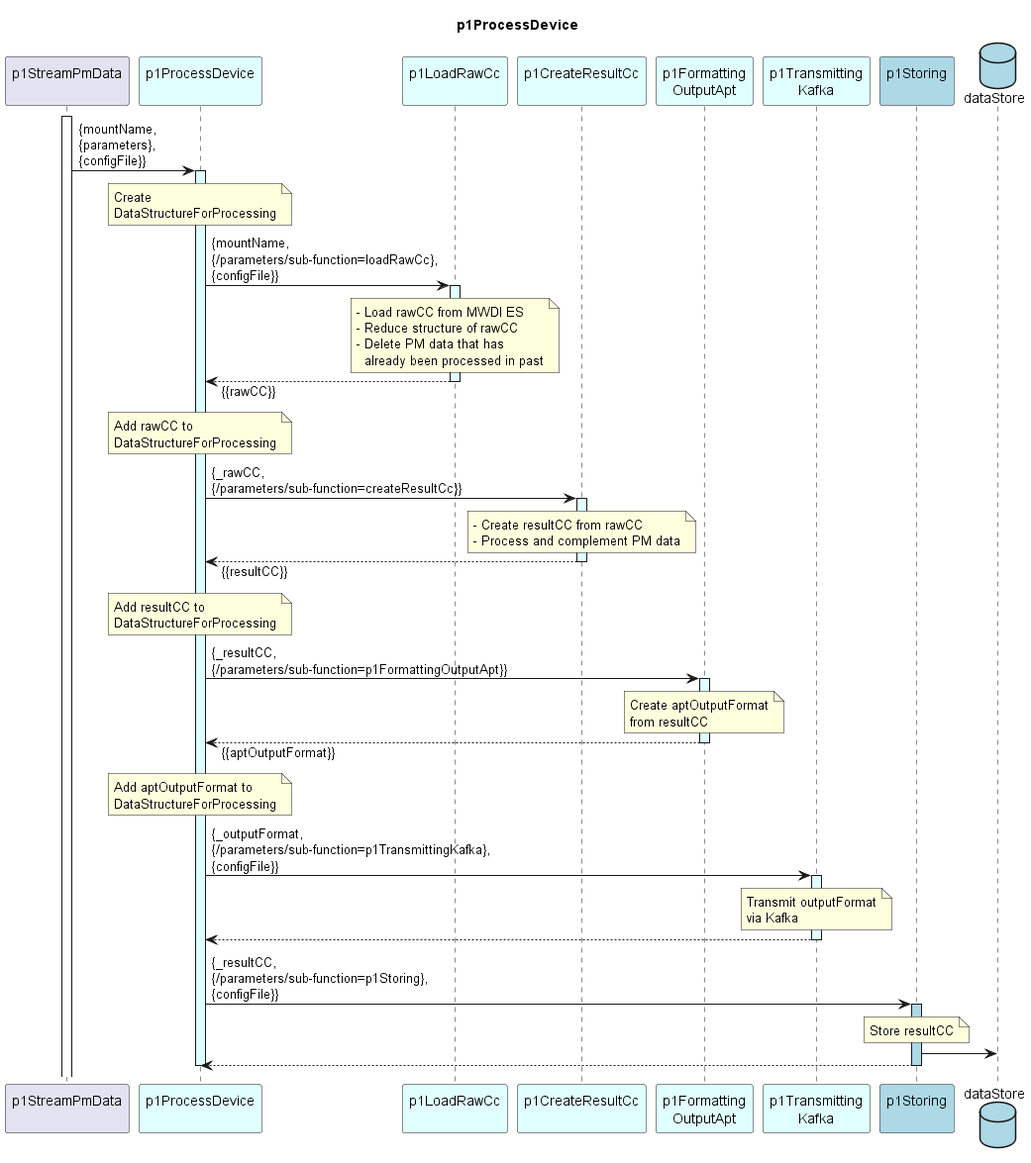
Above: spec/Functions/specificFunctions/p1StreamPmData/p1ProcessDevice/1.0.0/p1ProcessDevice.png in openBackhaul/DevicePerformanceManagementDataProcessor (PlantUML), before the change. Source of this version:
```plantuml
@startuml p1ProcessDevice
skinparam responseMessageBelowArrow true

title
  p1ProcessDevice
end title

participant "p1StreamPmData\n" as requestor
participant "p1ProcessDevice\n" as p1ProOrch #LightCyan
participant "p1LoadRawCc\n" as p1AddRaw #LightCyan
participant "p1CreateResultCc\n" as p1CRC #LightCyan
participant "p1Formatting\nOutputApt" as p1Output #LightCyan
participant "p1Transmitting\nKafka" as p1Trans #LightCyan
participant "p1Storing\n" as p1Store #LightBlue
database "dataStore" as db #LightBlue


activate requestor

requestor -> p1ProOrch : {mountName,\n{parameters},\n{configFile}}
activate p1ProOrch #LightCyan

  note over p1ProOrch
    Create
    DataStructureForProcessing
  end note

  p1ProOrch -> p1AddRaw : {mountName,\n{/parameters/sub-function=loadRawCc},\n{configFile}}
  activate p1AddRaw #LightCyan

    note over p1AddRaw
      - Load rawCC from MWDI ES
      - Reduce structure of rawCC
      - Delete PM data that has
        already been processed in past
    end note

  p1ProOrch <-- p1AddRaw : {{rawCC}}
  deactivate p1AddRaw

  note over p1ProOrch
    Add rawCC to
    DataStructureForProcessing
  end note

  p1ProOrch -> p1CRC : {_rawCC,\n{/parameters/sub-function=createResultCc}}
  activate p1CRC #LightCyan

    note over p1CRC
      - Create resultCC from rawCC
      - Process and complement PM data
    end note

  p1ProOrch <-- p1CRC : {{resultCC}}
  deactivate p1CRC

  note over p1ProOrch
    Add resultCC to
    DataStructureForProcessing
  end note

  p1ProOrch -> p1Output : {_resultCC,\n{/parameters/sub-function=p1FormattingOutputApt}}
  activate p1Output #LightCyan

    note over p1Output
      Create aptOutputFormat
      from resultCC
    end note

  p1ProOrch <-- p1Output : {{aptOutputFormat}}
  deactivate p1Output

  note over p1ProOrch
    Add aptOutputFormat to
    DataStructureForProcessing
  end note

  p1ProOrch -> p1Trans : {_outputFormat,\n{/parameters/sub-function=p1TransmittingKafka},\n{configFile}}
  activate p1Trans #LightCyan

    note over p1Trans
      Transmit outputFormat
      via Kafka
    end note

  p1ProOrch <-- p1Trans
  deactivate p1Trans

  p1ProOrch -> p1Store : {_resultCC,\n{/parameters/sub-function=p1Storing},\n{configFile}}
  activate p1Store #LightBlue

    note over p1Store
      Store resultCC
    end note

    p1Store -> db

  p1ProOrch <-- p1Store
  deactivate p1Store

deactivate p1ProOrch

@enduml
```
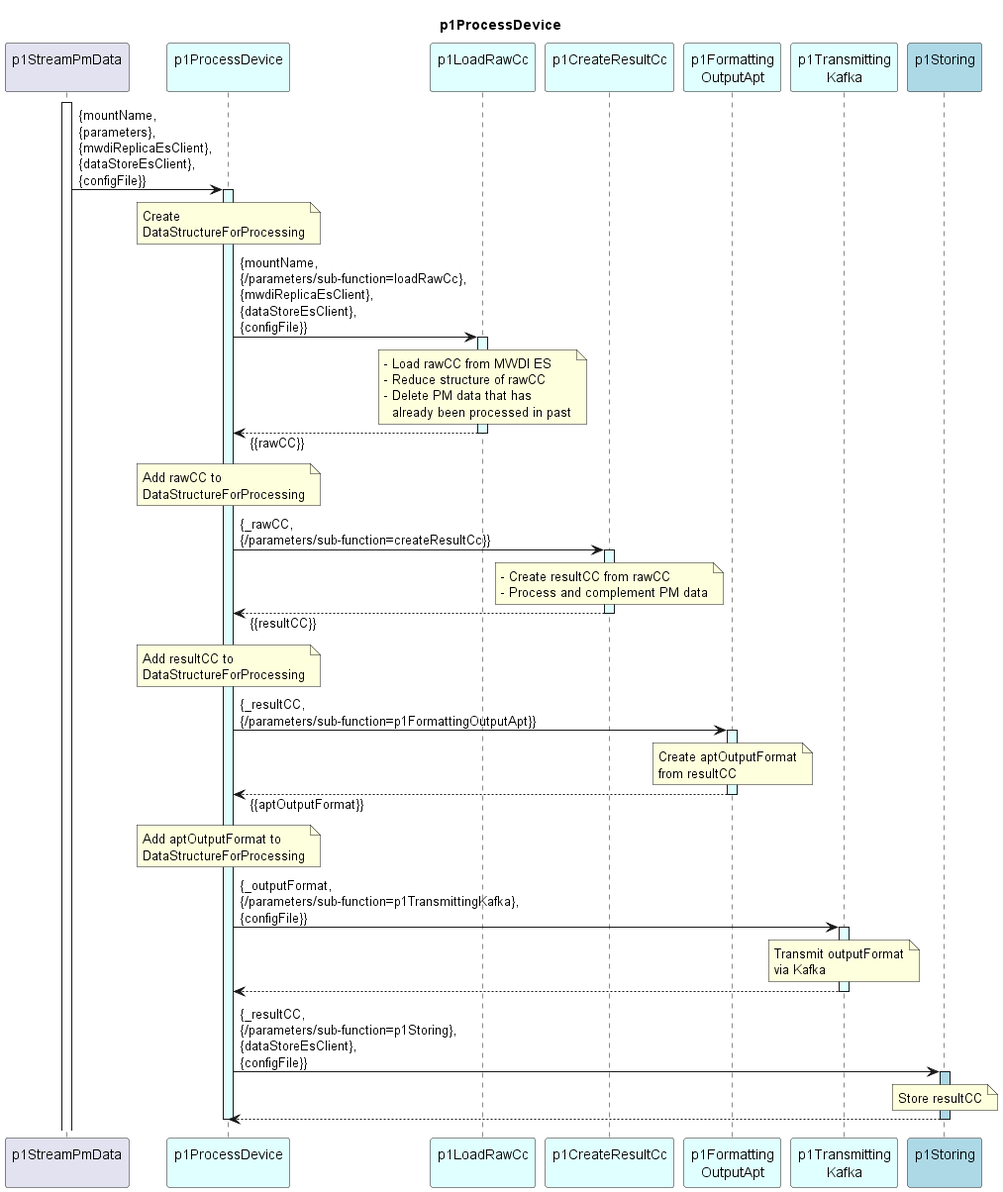
After the change.

Diff of the diagram source:
```diff
@@ -12,12 +12,11 @@
 participant "p1Formatting\nOutputApt" as p1Output #LightCyan
 participant "p1Transmitting\nKafka" as p1Trans #LightCyan
 participant "p1Storing\n" as p1Store #LightBlue
-database "dataStore" as db #LightBlue
 
 
 activate requestor
 
-requestor -> p1ProOrch : {mountName,\n{parameters},\n{configFile}}
+requestor -> p1ProOrch : {mountName,\n{parameters},\n{mwdiReplicaEsClient},\n{dataStoreEsClient},\n{configFile}}
 activate p1ProOrch #LightCyan
 
   note over p1ProOrch
@@ -25,7 +24,7 @@
     DataStructureForProcessing
   end note
 
-  p1ProOrch -> p1AddRaw : {mountName,\n{/parameters/sub-function=loadRawCc},\n{configFile}}
+  p1ProOrch -> p1AddRaw : {mountName,\n{/parameters/sub-function=loadRawCc},\n{mwdiReplicaEsClient},\n{dataStoreEsClient},\n{configFile}}
   activate p1AddRaw #LightCyan
 
     note over p1AddRaw
@@ -86,14 +85,12 @@
   p1ProOrch <-- p1Trans
   deactivate p1Trans
 
-  p1ProOrch -> p1Store : {_resultCC,\n{/parameters/sub-function=p1Storing},\n{configFile}}
+  p1ProOrch -> p1Store : {_resultCC,\n{/parameters/sub-function=p1Storing},\n{dataStoreEsClient},\n{configFile}}
   activate p1Store #LightBlue
 
     note over p1Store
       Store resultCC
     end note
-
-    p1Store -> db
 
   p1ProOrch <-- p1Store
   deactivate p1Store
```
